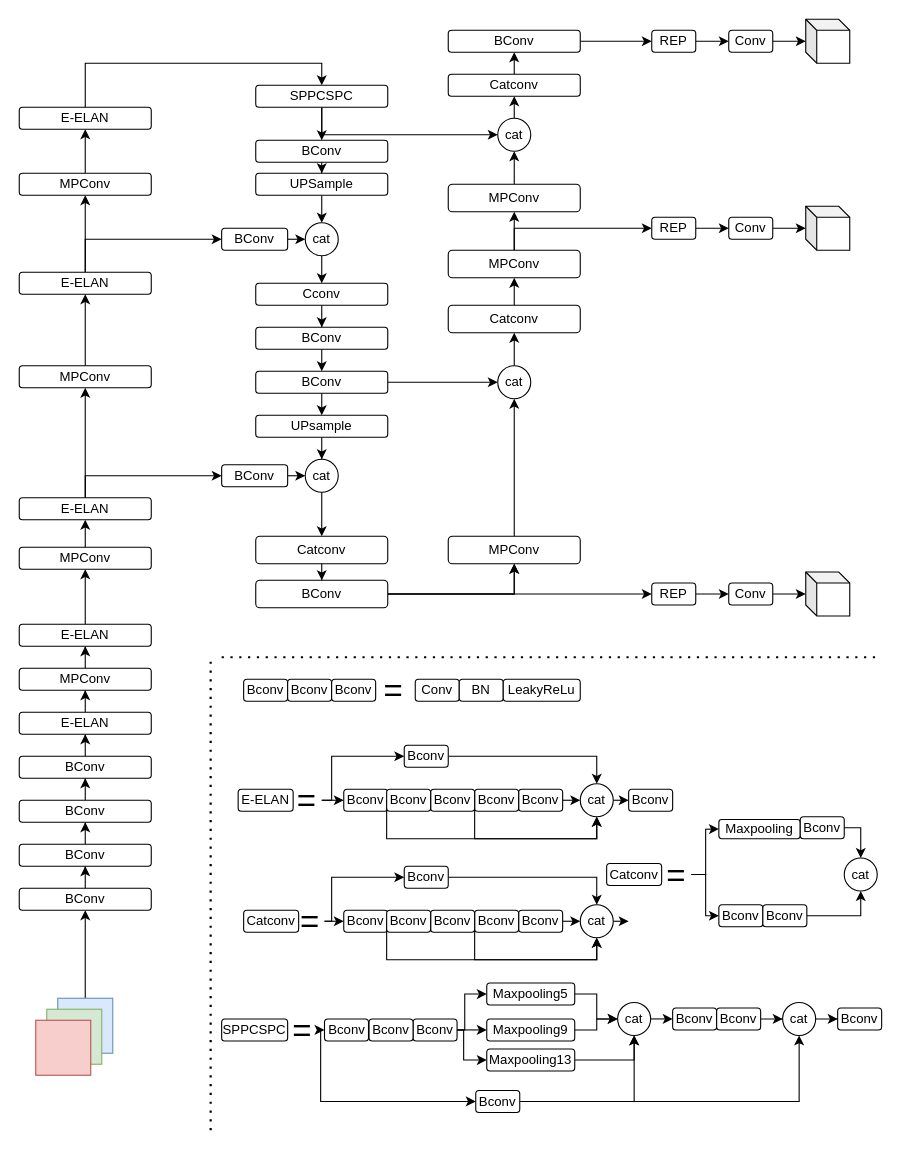
This is yolov7.drawio from YANGJUNYAN0715/papers, a draw.io file, before an edit. Source tidied: cells renumbered, new cells numbered last; positions are measured from the earlier drawing's top-left corner, leaving out a move shared by most shapes. Both pictures are drawn from the tidied source at 110%, with x=0, y=0 at pixel (19, 19).
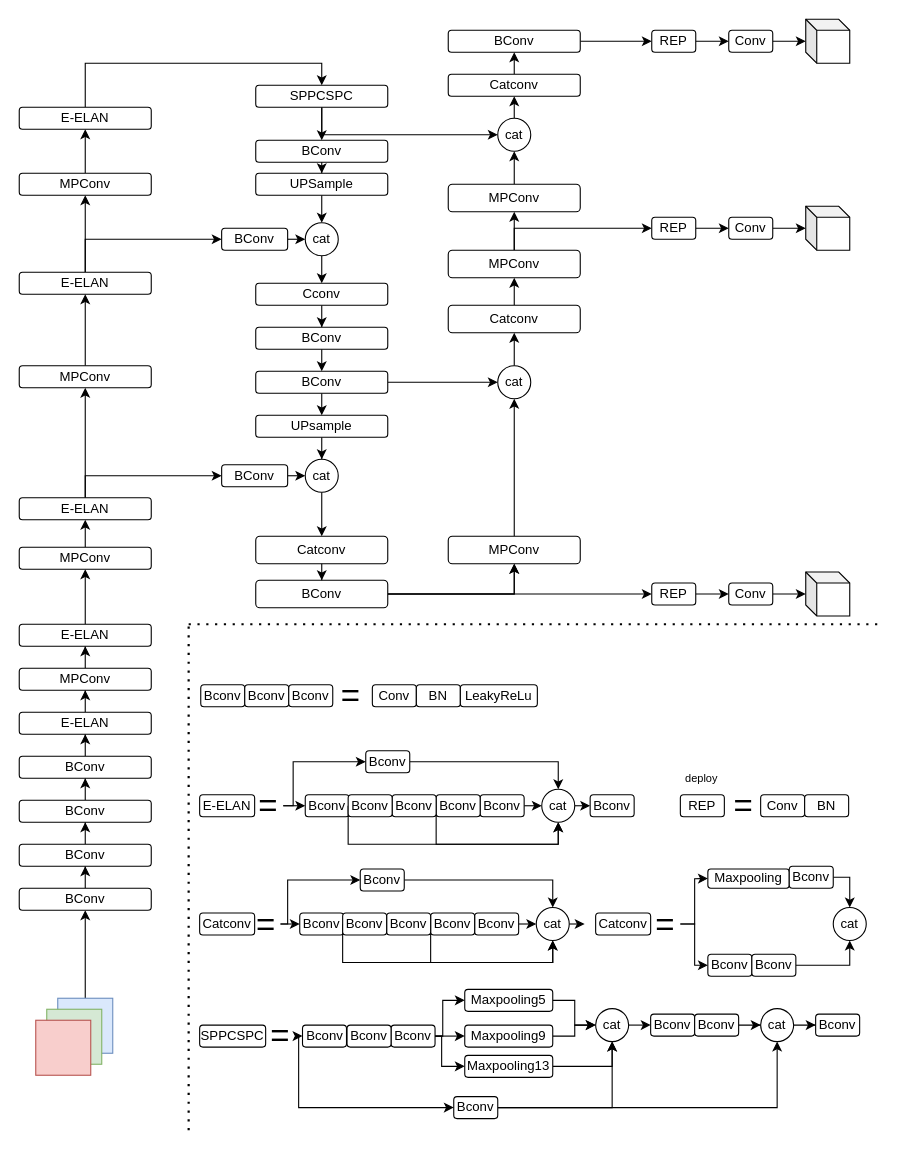
The same diagram, later.

What changed in the source:
```diff
@@
     <mxCell id="94" style="endArrow=none;dashed=1;html=1;dashPattern=1 3;strokeWidth=2;rounded=0;" parent="1" edge="1">
       <mxGeometry relative="1" as="geometry">
-        <mxPoint x="174" y="1010" as="sourcePoint" />
-        <mxPoint x="174" y="580" as="targetPoint" />
+        <mxPoint x="154" y="1010" as="sourcePoint" />
+        <mxPoint x="154" y="550" as="targetPoint" />
       </mxGeometry>
     </mxCell>
     <mxCell id="95" style="endArrow=none;dashed=1;html=1;dashPattern=1 3;strokeWidth=2;rounded=0;" parent="1" edge="1">
       <mxGeometry relative="1" as="geometry">
-        <mxPoint x="184" y="580" as="sourcePoint" />
-        <mxPoint x="784" y="580" as="targetPoint" />
+        <mxPoint x="154" y="550" as="sourcePoint" />
+        <mxPoint x="784" y="550" as="targetPoint" />
       </mxGeometry>
     </mxCell>
     <mxCell id="96" value="Bconv" style="rounded=1;whiteSpace=wrap;html=1;" parent="1" vertex="1">
-      <mxGeometry x="204" y="600" width="40" height="20" as="geometry" />
+      <mxGeometry x="165" y="605" width="40" height="20" as="geometry" />
     </mxCell>
     <mxCell id="97" value="Bconv" style="rounded=1;whiteSpace=wrap;html=1;" parent="1" vertex="1">
-      <mxGeometry x="244" y="600" width="40" height="20" as="geometry" />
+      <mxGeometry x="205" y="605" width="40" height="20" as="geometry" />
     </mxCell>
     <mxCell id="98" value="Bconv" style="rounded=1;whiteSpace=wrap;html=1;" parent="1" vertex="1">
-      <mxGeometry x="284" y="600" width="40" height="20" as="geometry" />
+      <mxGeometry x="245" y="605" width="40" height="20" as="geometry" />
     </mxCell>
     <mxCell id="99" value="Conv" style="rounded=1;whiteSpace=wrap;html=1;" parent="1" vertex="1">
-      <mxGeometry x="360" y="600" width="40" height="20" as="geometry" />
+      <mxGeometry x="321" y="605" width="40" height="20" as="geometry" />
     </mxCell>
     <mxCell id="100" value="BN" style="rounded=1;whiteSpace=wrap;html=1;" parent="1" vertex="1">
-      <mxGeometry x="400" y="600" width="40" height="20" as="geometry" />
+      <mxGeometry x="361" y="605" width="40" height="20" as="geometry" />
     </mxCell>
     <mxCell id="101" value="LeakyReLu" style="rounded=1;whiteSpace=wrap;html=1;" parent="1" vertex="1">
-      <mxGeometry x="440" y="600" width="70" height="20" as="geometry" />
+      <mxGeometry x="401" y="605" width="70" height="20" as="geometry" />
     </mxCell>
     <mxCell id="102" value="E-ELAN" style="rounded=1;whiteSpace=wrap;html=1;" parent="1" vertex="1">
-      <mxGeometry x="199" y="700" width="50" height="20" as="geometry" />
+      <mxGeometry x="164" y="705" width="50" height="20" as="geometry" />
     </mxCell>
     <mxCell id="103" value="Bconv" style="rounded=1;whiteSpace=wrap;html=1;" parent="1" vertex="1">
-      <mxGeometry x="295" y="700" width="40" height="20" as="geometry" />
+      <mxGeometry x="260" y="705" width="40" height="20" as="geometry" />
     </mxCell>
     <mxCell id="104" value="Bconv" style="rounded=1;whiteSpace=wrap;html=1;" parent="1" vertex="1">
-      <mxGeometry x="554" y="700" width="40" height="20" as="geometry" />
+      <mxGeometry x="519" y="705" width="40" height="20" as="geometry" />
     </mxCell>
@@
     <mxCell id="106" value="Bconv" style="rounded=1;whiteSpace=wrap;html=1;" parent="1" vertex="1">
-      <mxGeometry x="350" y="660" width="40" height="20" as="geometry" />
+      <mxGeometry x="315" y="665" width="40" height="20" as="geometry" />
     </mxCell>
@@
     <mxCell id="108" value="Bconv" style="rounded=1;whiteSpace=wrap;html=1;" parent="1" vertex="1">
-      <mxGeometry x="454" y="700" width="40" height="20" as="geometry" />
+      <mxGeometry x="419" y="705" width="40" height="20" as="geometry" />
     </mxCell>
     <mxCell id="109" style="edgeStyle=orthogonalEdgeStyle;rounded=0;jettySize=auto;html=1;exitX=0;exitY=0.5;exitDx=0;exitDy=0;entryX=0.5;entryY=1;entryDx=0;entryDy=0;" parent="1" edge="1" source="110" target="115">
       <mxGeometry relative="1" as="geometry">
         <Array as="points">
-          <mxPoint x="414" y="745" />
-          <mxPoint x="525" y="745" />
+          <mxPoint x="379" y="750" />
+          <mxPoint x="490" y="750" />
         </Array>
       </mxGeometry>
     </mxCell>
     <mxCell id="110" value="Bconv" style="rounded=1;whiteSpace=wrap;html=1;" parent="1" vertex="1">
-      <mxGeometry x="414" y="700" width="40" height="20" as="geometry" />
+      <mxGeometry x="379" y="705" width="40" height="20" as="geometry" />
     </mxCell>
     <mxCell id="111" value="Bconv" style="rounded=1;whiteSpace=wrap;html=1;" parent="1" vertex="1">
-      <mxGeometry x="374" y="700" width="40" height="20" as="geometry" />
+      <mxGeometry x="339" y="705" width="40" height="20" as="geometry" />
     </mxCell>
     <mxCell id="112" style="edgeStyle=orthogonalEdgeStyle;rounded=0;jettySize=auto;html=1;exitX=0;exitY=0.5;exitDx=0;exitDy=0;entryX=0.5;entryY=1;entryDx=0;entryDy=0;" parent="1" edge="1" source="113" target="115">
       <mxGeometry relative="1" as="geometry">
         <Array as="points">
-          <mxPoint x="334" y="745" />
-          <mxPoint x="525" y="745" />
+          <mxPoint x="299" y="750" />
+          <mxPoint x="490" y="750" />
         </Array>
       </mxGeometry>
     </mxCell>
     <mxCell id="113" value="Bconv" style="rounded=1;whiteSpace=wrap;html=1;" parent="1" vertex="1">
-      <mxGeometry x="334" y="700" width="40" height="20" as="geometry" />
+      <mxGeometry x="299" y="705" width="40" height="20" as="geometry" />
     </mxCell>
@@
     <mxCell id="115" value="cat" style="ellipse;whiteSpace=wrap;html=1;rounded=1;" parent="1" vertex="1">
-      <mxGeometry x="510" y="695" width="30" height="30" as="geometry" />
+      <mxGeometry x="475" y="700" width="30" height="30" as="geometry" />
     </mxCell>
     <mxCell id="116" value="Catconv" style="rounded=1;whiteSpace=wrap;html=1;" parent="1" vertex="1">
-      <mxGeometry x="204" y="810" width="50" height="20" as="geometry" />
+      <mxGeometry x="164" y="812.5" width="50" height="20" as="geometry" />
     </mxCell>
     <mxCell id="117" value="Bconv" style="rounded=1;whiteSpace=wrap;html=1;" parent="1" vertex="1">
-      <mxGeometry x="295" y="810" width="40" height="20" as="geometry" />
+      <mxGeometry x="255" y="812.5" width="40" height="20" as="geometry" />
     </mxCell>
@@
     <mxCell id="119" value="Bconv" style="rounded=1;whiteSpace=wrap;html=1;" parent="1" vertex="1">
-      <mxGeometry x="350" y="770" width="40" height="20" as="geometry" />
+      <mxGeometry x="310" y="772.5" width="40" height="20" as="geometry" />
     </mxCell>
@@
     <mxCell id="121" value="Bconv" style="rounded=1;whiteSpace=wrap;html=1;" parent="1" vertex="1">
-      <mxGeometry x="454" y="810" width="40" height="20" as="geometry" />
+      <mxGeometry x="414" y="812.5" width="40" height="20" as="geometry" />
     </mxCell>
     <mxCell id="122" style="edgeStyle=orthogonalEdgeStyle;rounded=0;jettySize=auto;html=1;exitX=0;exitY=0.5;exitDx=0;exitDy=0;entryX=0.5;entryY=1;entryDx=0;entryDy=0;" parent="1" edge="1" source="123" target="128">
       <mxGeometry relative="1" as="geometry">
         <Array as="points">
-          <mxPoint x="414" y="855" />
-          <mxPoint x="525" y="855" />
+          <mxPoint x="374" y="857.5" />
+          <mxPoint x="485" y="857.5" />
         </Array>
       </mxGeometry>
     </mxCell>
     <mxCell id="123" value="Bconv" style="rounded=1;whiteSpace=wrap;html=1;" parent="1" vertex="1">
-      <mxGeometry x="414" y="810" width="40" height="20" as="geometry" />
+      <mxGeometry x="374" y="812.5" width="40" height="20" as="geometry" />
     </mxCell>
     <mxCell id="124" value="Bconv" style="rounded=1;whiteSpace=wrap;html=1;" parent="1" vertex="1">
-      <mxGeometry x="374" y="810" width="40" height="20" as="geometry" />
+      <mxGeometry x="334" y="812.5" width="40" height="20" as="geometry" />
     </mxCell>
     <mxCell id="125" style="edgeStyle=orthogonalEdgeStyle;rounded=0;jettySize=auto;html=1;exitX=0;exitY=0.5;exitDx=0;exitDy=0;entryX=0.5;entryY=1;entryDx=0;entryDy=0;" parent="1" edge="1" source="126" target="128">
       <mxGeometry relative="1" as="geometry">
         <Array as="points">
-          <mxPoint x="334" y="855" />
-          <mxPoint x="525" y="855" />
+          <mxPoint x="294" y="857.5" />
+          <mxPoint x="485" y="857.5" />
         </Array>
       </mxGeometry>
     </mxCell>
     <mxCell id="126" value="Bconv" style="rounded=1;whiteSpace=wrap;html=1;" parent="1" vertex="1">
-      <mxGeometry x="334" y="810" width="40" height="20" as="geometry" />
+      <mxGeometry x="294" y="812.5" width="40" height="20" as="geometry" />
     </mxCell>
     <mxCell id="127" style="edgeStyle=orthogonalEdgeStyle;rounded=0;jettySize=auto;html=1;exitX=1;exitY=0.5;exitDx=0;exitDy=0;entryX=0;entryY=0.5;entryDx=0;entryDy=0;" parent="1" edge="1" source="128">
       <mxGeometry relative="1" as="geometry">
-        <mxPoint x="554" y="820" as="targetPoint" />
+        <mxPoint x="514" y="822.5" as="targetPoint" />
       </mxGeometry>
     </mxCell>
     <mxCell id="128" value="cat" style="ellipse;whiteSpace=wrap;html=1;rounded=1;" parent="1" vertex="1">
-      <mxGeometry x="510" y="805" width="30" height="30" as="geometry" />
+      <mxGeometry x="470" y="807.5" width="30" height="30" as="geometry" />
     </mxCell>
     <mxCell id="129" value="Catconv" style="rounded=1;whiteSpace=wrap;html=1;" parent="1" vertex="1">
-      <mxGeometry x="534" y="767.5" width="50" height="20" as="geometry" />
+      <mxGeometry x="524" y="812.5" width="50" height="20" as="geometry" />
     </mxCell>
     <mxCell id="130" value="Bconv" style="rounded=1;whiteSpace=wrap;html=1;" parent="1" vertex="1">
-      <mxGeometry x="636" y="805" width="40" height="20" as="geometry" />
+      <mxGeometry x="626" y="850" width="40" height="20" as="geometry" />
     </mxCell>
     <mxCell id="131" value="Maxpooling" style="rounded=1;whiteSpace=wrap;html=1;" parent="1" vertex="1">
-      <mxGeometry x="636" y="727.5" width="74" height="17.5" as="geometry" />
+      <mxGeometry x="626" y="772.5" width="74" height="17.5" as="geometry" />
     </mxCell>
@@
     <mxCell id="133" value="Bconv" style="rounded=1;whiteSpace=wrap;html=1;" parent="1" vertex="1">
-      <mxGeometry x="676" y="805" width="40" height="20" as="geometry" />
+      <mxGeometry x="666" y="850" width="40" height="20" as="geometry" />
     </mxCell>
@@
     <mxCell id="135" value="Bconv" style="rounded=1;whiteSpace=wrap;html=1;" parent="1" vertex="1">
-      <mxGeometry x="710" y="725" width="40" height="20" as="geometry" />
+      <mxGeometry x="700" y="770" width="40" height="20" as="geometry" />
     </mxCell>
     <mxCell id="136" value="cat" style="ellipse;whiteSpace=wrap;html=1;rounded=1;" parent="1" vertex="1">
-      <mxGeometry x="750" y="762.5" width="30" height="30" as="geometry" />
+      <mxGeometry x="740" y="807.5" width="30" height="30" as="geometry" />
     </mxCell>
     <mxCell id="137" value="SPPCSPC" style="rounded=1;whiteSpace=wrap;html=1;" parent="1" vertex="1">
-      <mxGeometry x="184" y="908.8" width="60" height="20" as="geometry" />
+      <mxGeometry x="164" y="914.4" width="60" height="20" as="geometry" />
     </mxCell>
     <mxCell id="138" value="Bconv" style="rounded=1;whiteSpace=wrap;html=1;" parent="1" vertex="1">
-      <mxGeometry x="277.5" y="908.8" width="40" height="20" as="geometry" />
+      <mxGeometry x="257.5" y="914.4" width="40" height="20" as="geometry" />
     </mxCell>
@@
     <mxCell id="140" style="edgeStyle=orthogonalEdgeStyle;rounded=0;jettySize=auto;html=1;exitX=1;exitY=0.5;exitDx=0;exitDy=0;entryX=0;entryY=0.5;entryDx=0;entryDy=0;" parent="1" edge="1" source="142" target="147">
       <mxGeometry relative="1" as="geometry">
         <Array as="points">
-          <mxPoint x="405" y="918.8" />
-          <mxPoint x="405" y="886.8" />
+          <mxPoint x="385" y="924.4" />
+          <mxPoint x="385" y="892.4" />
         </Array>
       </mxGeometry>
     </mxCell>
     <mxCell id="141" style="edgeStyle=orthogonalEdgeStyle;rounded=0;jettySize=auto;html=1;exitX=1;exitY=0.5;exitDx=0;exitDy=0;entryX=0;entryY=0.5;entryDx=0;entryDy=0;" parent="1" edge="1" source="142" target="151">
       <mxGeometry relative="1" as="geometry">
         <Array as="points">
-          <mxPoint x="404" y="918.8" />
-          <mxPoint x="404" y="946.8" />
+          <mxPoint x="384" y="924.4" />
+          <mxPoint x="384" y="952.4" />
         </Array>
       </mxGeometry>
     </mxCell>
     <mxCell id="142" value="Bconv" style="rounded=1;whiteSpace=wrap;html=1;" parent="1" vertex="1">
-      <mxGeometry x="358" y="908.8" width="40" height="20" as="geometry" />
+      <mxGeometry x="338" y="914.4" width="40" height="20" as="geometry" />
     </mxCell>
     <mxCell id="143" value="Bconv" style="rounded=1;whiteSpace=wrap;html=1;" parent="1" vertex="1">
-      <mxGeometry x="318" y="908.8" width="40" height="20" as="geometry" />
+      <mxGeometry x="298" y="914.4" width="40" height="20" as="geometry" />
     </mxCell>
@@
     <mxCell id="145" value="cat" style="ellipse;whiteSpace=wrap;html=1;rounded=1;" parent="1" vertex="1">
-      <mxGeometry x="544" y="893.8" width="30" height="30" as="geometry" />
+      <mxGeometry x="524" y="899.4" width="30" height="30" as="geometry" />
     </mxCell>
@@
     <mxCell id="147" value="Maxpooling5" style="rounded=1;whiteSpace=wrap;html=1;" parent="1" vertex="1">
-      <mxGeometry x="425" y="876.2" width="80" height="20" as="geometry" />
+      <mxGeometry x="405" y="881.9" width="80" height="20" as="geometry" />
     </mxCell>
@@
     <mxCell id="149" value="Maxpooling9" style="rounded=1;whiteSpace=wrap;html=1;" parent="1" vertex="1">
-      <mxGeometry x="425" y="908.8" width="80" height="20" as="geometry" />
+      <mxGeometry x="405" y="914.4" width="80" height="20" as="geometry" />
     </mxCell>
@@
     <mxCell id="151" value="Maxpooling13" style="rounded=1;whiteSpace=wrap;html=1;" parent="1" vertex="1">
-      <mxGeometry x="425" y="936.2" width="80" height="20" as="geometry" />
+      <mxGeometry x="405" y="941.9" width="80" height="20" as="geometry" />
     </mxCell>
     <mxCell id="152" value="Bconv" style="rounded=1;whiteSpace=wrap;html=1;" parent="1" vertex="1">
-      <mxGeometry x="594" y="898.8" width="40" height="20" as="geometry" />
+      <mxGeometry x="574" y="904.4" width="40" height="20" as="geometry" />
     </mxCell>
@@
     <mxCell id="154" value="Bconv" style="rounded=1;whiteSpace=wrap;html=1;" parent="1" vertex="1">
-      <mxGeometry x="634" y="898.8" width="40" height="20" as="geometry" />
+      <mxGeometry x="614" y="904.4" width="40" height="20" as="geometry" />
     </mxCell>
@@
     <mxCell id="156" value="cat" style="ellipse;whiteSpace=wrap;html=1;rounded=1;" parent="1" vertex="1">
-      <mxGeometry x="694" y="893.8" width="30" height="30" as="geometry" />
+      <mxGeometry x="674" y="899.4" width="30" height="30" as="geometry" />
     </mxCell>
     <mxCell id="157" value="Bconv" style="rounded=1;whiteSpace=wrap;html=1;" parent="1" vertex="1">
-      <mxGeometry x="744" y="898.8" width="40" height="20" as="geometry" />
+      <mxGeometry x="724" y="904.4" width="40" height="20" as="geometry" />
     </mxCell>
@@
     <mxCell id="160" value="Bconv" style="rounded=1;whiteSpace=wrap;html=1;" parent="1" vertex="1">
-      <mxGeometry x="415" y="973.8" width="40" height="20" as="geometry" />
+      <mxGeometry x="395" y="979.4" width="40" height="20" as="geometry" />
     </mxCell>
     <mxCell id="161" value="=" style="text;html=1;strokeColor=none;fillColor=none;align=center;verticalAlign=middle;whiteSpace=wrap;rounded=0;strokeWidth=1;fontSize=30;" parent="1" vertex="1">
-      <mxGeometry x="327" y="595" width="27" height="30" as="geometry" />
+      <mxGeometry x="288" y="600" width="27" height="30" as="geometry" />
     </mxCell>
@@
     <mxCell id="165" style="edgeStyle=orthogonalEdgeStyle;rounded=0;jettySize=auto;html=1;exitX=1;exitY=0.5;exitDx=0;exitDy=0;entryX=0;entryY=0.5;entryDx=0;entryDy=0;fontSize=30;" parent="1" edge="1" source="166" target="106">
       <mxGeometry relative="1" as="geometry">
         <Array as="points">
-          <mxPoint x="284" y="710" />
-          <mxPoint x="284" y="670" />
+          <mxPoint x="249" y="715" />
+          <mxPoint x="249" y="675" />
         </Array>
       </mxGeometry>
     </mxCell>
     <mxCell id="166" value="=" style="text;html=1;strokeColor=none;fillColor=none;align=center;verticalAlign=middle;whiteSpace=wrap;rounded=0;strokeWidth=1;fontSize=30;" parent="1" vertex="1">
-      <mxGeometry x="248" y="695" width="27" height="30" as="geometry" />
+      <mxGeometry x="213" y="700" width="27" height="30" as="geometry" />
     </mxCell>
@@
     <mxCell id="168" style="edgeStyle=orthogonalEdgeStyle;rounded=0;jettySize=auto;html=1;exitX=1;exitY=0.5;exitDx=0;exitDy=0;entryX=0;entryY=0.5;entryDx=0;entryDy=0;fontSize=30;" parent="1" edge="1" source="169" target="119">
       <mxGeometry relative="1" as="geometry">
         <Array as="points">
-          <mxPoint x="284" y="820" />
-          <mxPoint x="284" y="780" />
+          <mxPoint x="244" y="822.5" />
+          <mxPoint x="244" y="782.5" />
         </Array>
       </mxGeometry>
     </mxCell>
     <mxCell id="169" value="=" style="text;html=1;strokeColor=none;fillColor=none;align=center;verticalAlign=middle;whiteSpace=wrap;rounded=0;strokeWidth=1;fontSize=30;" parent="1" vertex="1">
-      <mxGeometry x="250.5" y="805" width="27" height="30" as="geometry" />
+      <mxGeometry x="210.5" y="807.5" width="27" height="30" as="geometry" />
     </mxCell>
@@
     <mxCell id="171" style="edgeStyle=orthogonalEdgeStyle;rounded=0;jettySize=auto;html=1;exitX=1;exitY=0.5;exitDx=0;exitDy=0;entryX=0;entryY=0.5;entryDx=0;entryDy=0;fontSize=30;" parent="1" edge="1" source="172" target="160">
       <mxGeometry relative="1" as="geometry">
         <Array as="points">
-          <mxPoint x="274" y="919" />
-          <mxPoint x="274" y="984" />
+          <mxPoint x="254" y="924.6" />
+          <mxPoint x="254" y="989.6" />
         </Array>
       </mxGeometry>
     </mxCell>
     <mxCell id="172" value="=" style="text;html=1;strokeColor=none;fillColor=none;align=center;verticalAlign=middle;whiteSpace=wrap;rounded=0;strokeWidth=1;fontSize=30;" parent="1" vertex="1">
-      <mxGeometry x="244" y="903.8" width="27" height="30" as="geometry" />
+      <mxGeometry x="224" y="909.4" width="27" height="30" as="geometry" />
     </mxCell>
     <mxCell id="173" style="edgeStyle=orthogonalEdgeStyle;rounded=0;jettySize=auto;html=1;exitX=1;exitY=0.5;exitDx=0;exitDy=0;entryX=0;entryY=0.5;entryDx=0;entryDy=0;fontSize=30;" parent="1" edge="1" source="175" target="131">
       <mxGeometry relative="1" as="geometry">
         <Array as="points">
-          <mxPoint x="624" y="777" />
-          <mxPoint x="624" y="736" />
+          <mxPoint x="614" y="822" />
+          <mxPoint x="614" y="781" />
         </Array>
       </mxGeometry>
     </mxCell>
     <mxCell id="174" style="edgeStyle=orthogonalEdgeStyle;rounded=0;jettySize=auto;html=1;exitX=1;exitY=0.5;exitDx=0;exitDy=0;entryX=0;entryY=0.5;entryDx=0;entryDy=0;fontSize=30;" parent="1" edge="1" source="175" target="130">
       <mxGeometry relative="1" as="geometry">
         <Array as="points">
-          <mxPoint x="624" y="777" />
-          <mxPoint x="624" y="815" />
+          <mxPoint x="614" y="822" />
+          <mxPoint x="614" y="860" />
         </Array>
       </mxGeometry>
     </mxCell>
     <mxCell id="175" value="=" style="text;html=1;strokeColor=none;fillColor=none;align=center;verticalAlign=middle;whiteSpace=wrap;rounded=0;strokeWidth=1;fontSize=30;" parent="1" vertex="1">
-      <mxGeometry x="584" y="762.5" width="27" height="30" as="geometry" />
+      <mxGeometry x="574" y="807.5" width="27" height="30" as="geometry" />
     </mxCell>
+    <mxCell id="176" value="REP" style="rounded=1;whiteSpace=wrap;html=1;" parent="1" vertex="1">
+      <mxGeometry x="601" y="705" width="40" height="20" as="geometry" />
+    </mxCell>
+    <mxCell id="177" value="Conv" style="rounded=1;whiteSpace=wrap;html=1;" parent="1" vertex="1">
+      <mxGeometry x="674" y="705" width="40" height="20" as="geometry" />
+    </mxCell>
+    <mxCell id="178" value="BN" style="rounded=1;whiteSpace=wrap;html=1;" parent="1" vertex="1">
+      <mxGeometry x="714" y="705" width="40" height="20" as="geometry" />
+    </mxCell>
+    <mxCell id="179" value="=" style="text;html=1;strokeColor=none;fillColor=none;align=center;verticalAlign=middle;whiteSpace=wrap;rounded=0;strokeWidth=1;fontSize=30;" parent="1" vertex="1">
+      <mxGeometry x="645" y="700" width="27" height="30" as="geometry" />
+    </mxCell>
+    <mxCell id="180" value="deploy" style="text;html=1;strokeColor=none;fillColor=none;align=center;verticalAlign=middle;whiteSpace=wrap;rounded=0;strokeWidth=1;fontSize=10;" parent="1" vertex="1">
+      <mxGeometry x="601" y="675" width="39" height="30" as="geometry" />
+    </mxCell>
```
